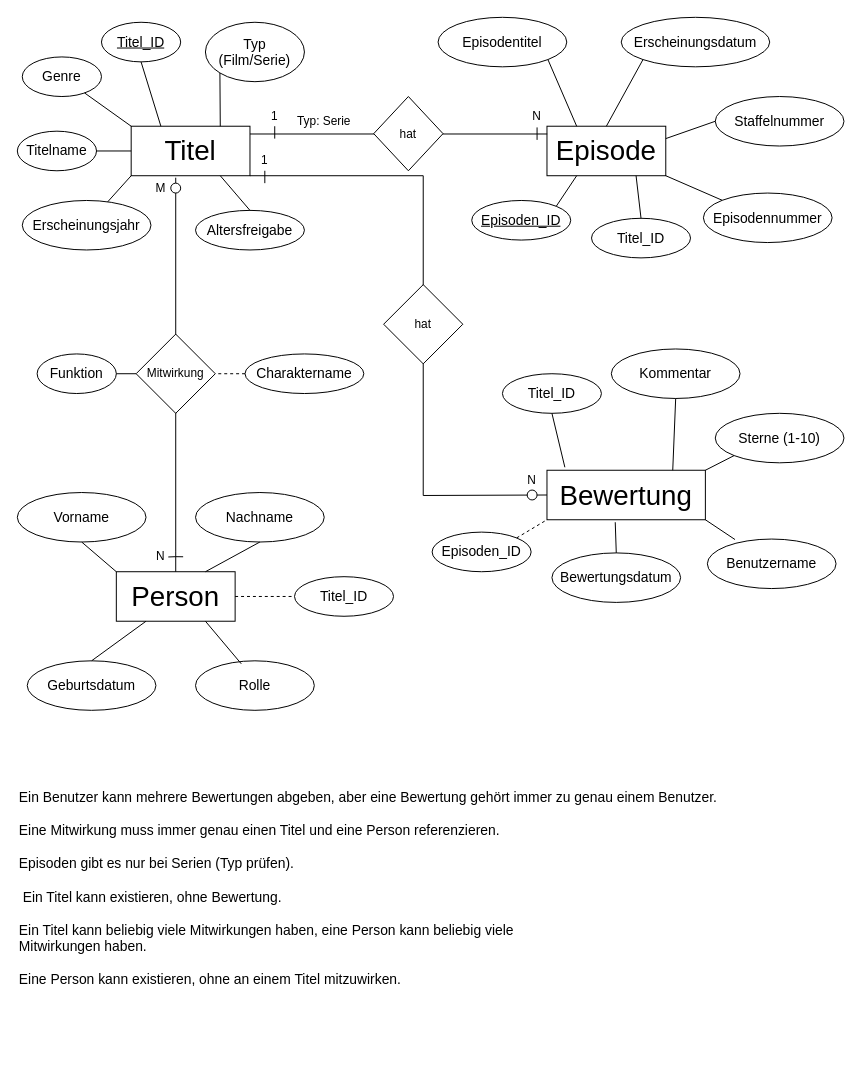
Earlier version of the draw.io diagram page "Page-1" (1 of 2) of 3_Semester/Datenbanken/uebungen/5_Uebung/DatenbankenUebung5.drawio (mandyngn/Uni). Source tidied: cells renumbered, new cells numbered last; positions are measured from the earlier drawing's top-left corner, leaving out a move shared by most shapes. Both pictures are drawn from the tidied source at 99%, with x=0, y=0 at pixel (17, 17).
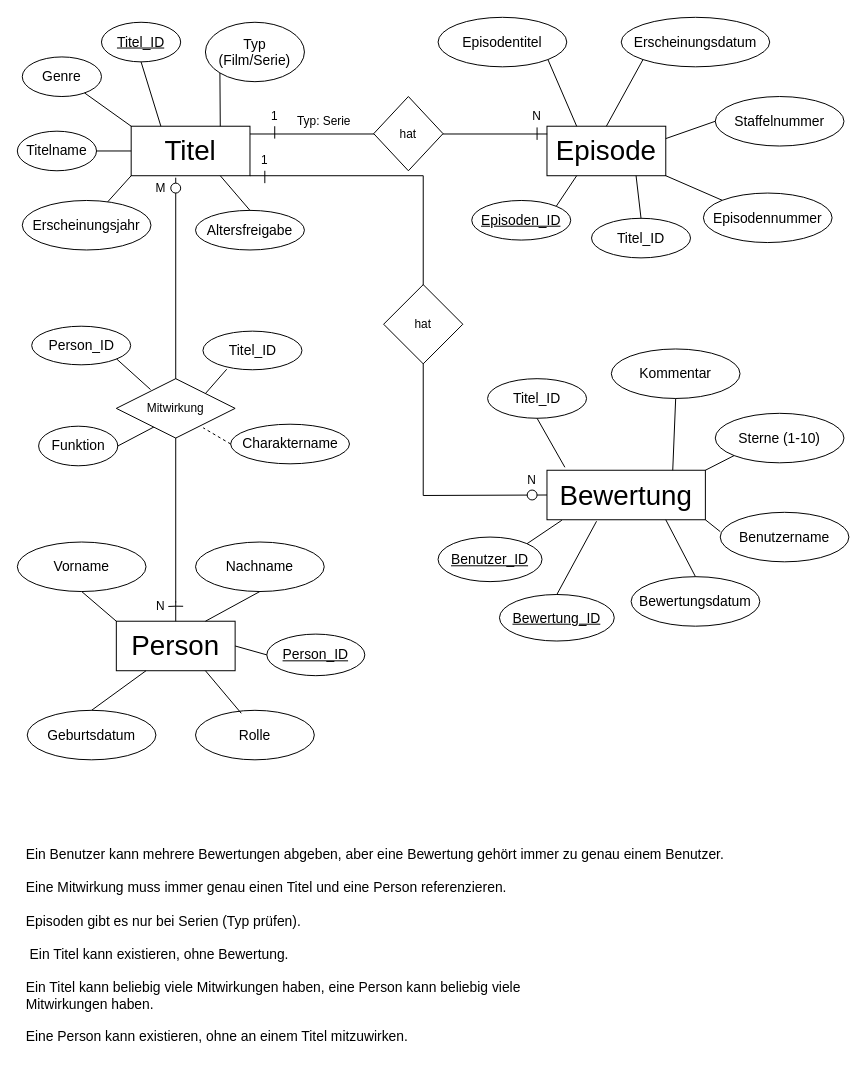
The same diagram, later.

The change refers to these unchanged cells:
```xml
<mxCell id="5" value="&lt;font style=&quot;font-size: 28px;&quot;&gt;Bewertung&lt;/font&gt;" style="rounded=0;whiteSpace=wrap;html=1;" parent="1" vertex="1">
  <mxGeometry x="535" y="457.5" width="160" height="50" as="geometry" />
</mxCell>
<mxCell id="53" style="ellipse;whiteSpace=wrap;html=1;" parent="1" vertex="1">
  <mxGeometry x="155" y="167.5" width="10" height="10" as="geometry" />
</mxCell>
```

Change to the diagram source:
```diff
@@
     <mxCell id="4" value="&lt;font style=&quot;font-size: 28px;&quot;&gt;Person&lt;/font&gt;" style="rounded=0;whiteSpace=wrap;html=1;" parent="1" vertex="1">
-      <mxGeometry x="100" y="560" width="120" height="50" as="geometry" />
+      <mxGeometry x="100" y="610" width="120" height="50" as="geometry" />
     </mxCell>
@@
     <mxCell id="24" value="&lt;font style=&quot;font-size: 14px;&quot;&gt;Vorname&lt;/font&gt;" style="ellipse;whiteSpace=wrap;html=1;" parent="1" vertex="1">
-      <mxGeometry y="480" width="130" height="50" as="geometry" />
+      <mxGeometry y="530" width="130" height="50" as="geometry" />
     </mxCell>
     <mxCell id="25" value="&lt;font style=&quot;font-size: 14px;&quot;&gt;Nachname&lt;/font&gt;" style="ellipse;whiteSpace=wrap;html=1;" parent="1" vertex="1">
-      <mxGeometry x="180" y="480" width="130" height="50" as="geometry" />
+      <mxGeometry x="180" y="530" width="130" height="50" as="geometry" />
     </mxCell>
     <mxCell id="26" value="&lt;font style=&quot;font-size: 14px;&quot;&gt;Geburtsdatum&lt;/font&gt;" style="ellipse;whiteSpace=wrap;html=1;" parent="1" vertex="1">
-      <mxGeometry x="10" y="650" width="130" height="50" as="geometry" />
+      <mxGeometry x="10" y="700" width="130" height="50" as="geometry" />
     </mxCell>
     <mxCell id="27" value="&lt;font style=&quot;font-size: 14px;&quot;&gt;Rolle&lt;/font&gt;" style="ellipse;whiteSpace=wrap;html=1;" parent="1" vertex="1">
-      <mxGeometry x="180" y="650" width="120" height="50" as="geometry" />
+      <mxGeometry x="180" y="700" width="120" height="50" as="geometry" />
     </mxCell>
     <mxCell id="28" value="&lt;font style=&quot;font-size: 14px;&quot;&gt;Benutzername&lt;/font&gt;" style="ellipse;whiteSpace=wrap;html=1;" parent="1" vertex="1">
-      <mxGeometry x="697" y="527" width="130" height="50" as="geometry" />
+      <mxGeometry x="710" y="500" width="130" height="50" as="geometry" />
     </mxCell>
     <mxCell id="29" value="&lt;font style=&quot;font-size: 14px;&quot;&gt;Bewertungsdatum&lt;/font&gt;" style="ellipse;whiteSpace=wrap;html=1;" parent="1" vertex="1">
-      <mxGeometry x="540" y="541" width="130" height="50" as="geometry" />
+      <mxGeometry x="620" y="565" width="130" height="50" as="geometry" />
     </mxCell>
@@
-    <mxCell id="32" style="endArrow=none;html=1;rounded=0;exitX=0.431;exitY=1.05;exitDx=0;exitDy=0;exitPerimeter=0;entryX=0.5;entryY=0;entryDx=0;entryDy=0;" parent="1" edge="1" source="5" target="29">
+    <mxCell id="32" style="endArrow=none;html=1;rounded=0;exitX=0.75;exitY=1;exitDx=0;exitDy=0;entryX=0.5;entryY=0;entryDx=0;entryDy=0;" parent="1" edge="1" source="5" target="29">
       <mxGeometry relative="1" as="geometry" />
     </mxCell>
@@
-    <mxCell id="34" style="endArrow=none;html=1;rounded=0;entryX=1;entryY=1;entryDx=0;entryDy=0;exitX=0.215;exitY=0.01;exitDx=0;exitDy=0;exitPerimeter=0;" parent="1" edge="1" source="28" target="5">
+    <mxCell id="34" style="endArrow=none;html=1;rounded=0;entryX=1;entryY=1;entryDx=0;entryDy=0;exitX=0;exitY=0.39;exitDx=0;exitDy=0;exitPerimeter=0;" parent="1" edge="1" source="28" target="5">
       <mxGeometry relative="1" as="geometry" />
     </mxCell>
@@
     <mxCell id="47" style="endArrow=none;html=1;rounded=0;exitX=0.5;exitY=0;exitDx=0;exitDy=0;" parent="1" edge="1" source="4">
       <mxGeometry relative="1" as="geometry">
-        <mxPoint x="160" y="540" as="targetPoint" />
+        <mxPoint x="160" y="590" as="targetPoint" />
       </mxGeometry>
     </mxCell>
     <mxCell id="48" style="endArrow=none;html=1;rounded=0;" parent="1" edge="1">
       <mxGeometry relative="1" as="geometry">
-        <mxPoint x="167.5" y="544.9" as="sourcePoint" />
-        <mxPoint x="152.5" y="545.1" as="targetPoint" />
+        <mxPoint x="167.5" y="594.9" as="sourcePoint" />
+        <mxPoint x="152.5" y="595.1" as="targetPoint" />
         <Array as="points">
-          <mxPoint x="160" y="544.8" />
+          <mxPoint x="160" y="594.8" />
         </Array>
       </mxGeometry>
     </mxCell>
     <mxCell id="49" value="N" style="text;html=1;whiteSpace=wrap;strokeColor=none;fillColor=none;align=center;verticalAlign=middle;rounded=0;" parent="1" vertex="1">
-      <mxGeometry x="135" y="535" width="20" height="20" as="geometry" />
+      <mxGeometry x="135" y="585" width="20" height="20" as="geometry" />
     </mxCell>
@@
     <mxCell id="52" style="endArrow=none;html=1;rounded=0;" parent="1" edge="1" target="53">
       <mxGeometry relative="1" as="geometry">
-        <mxPoint x="160" y="540" as="sourcePoint" />
+        <mxPoint x="160" y="591" as="sourcePoint" />
       </mxGeometry>
     </mxCell>
@@
-    <mxCell id="54" value="Mitwirkung" style="rhombus;whiteSpace=wrap;html=1;" parent="1" vertex="1">
-      <mxGeometry x="120" y="320" width="80" height="80" as="geometry" />
-    </mxCell>
@@
     <mxCell id="61" value="&lt;font style=&quot;font-size: 14px;&quot;&gt;Funktion&lt;/font&gt;" style="ellipse;whiteSpace=wrap;html=1;" parent="1" vertex="1">
-      <mxGeometry x="20" y="340" width="80" height="40" as="geometry" />
+      <mxGeometry x="21.5" y="413" width="80" height="40" as="geometry" />
     </mxCell>
-    <mxCell id="62" style="endArrow=none;html=1;rounded=0;entryX=1;entryY=0.5;entryDx=0;entryDy=0;exitX=0;exitY=0.5;exitDx=0;exitDy=0;" parent="1" edge="1" source="54" target="61">
-      <mxGeometry relative="1" as="geometry" />
+    <mxCell id="62" style="endArrow=none;html=1;rounded=0;entryX=1;entryY=0.5;entryDx=0;entryDy=0;exitX=0;exitY=1;exitDx=0;exitDy=0;" parent="1" edge="1" target="61">
+      <mxGeometry relative="1" as="geometry">
+        <mxPoint x="139.5" y="413" as="sourcePoint" />
+      </mxGeometry>
     </mxCell>
     <mxCell id="63" value="&lt;font style=&quot;font-size: 14px;&quot;&gt;Charaktername&lt;/font&gt;" style="ellipse;whiteSpace=wrap;html=1;" parent="1" vertex="1">
-      <mxGeometry x="230" y="340" width="120" height="40" as="geometry" />
+      <mxGeometry x="215.5" y="411" width="120" height="40" as="geometry" />
     </mxCell>
-    <mxCell id="64" style="endArrow=none;dashed=1;html=1;rounded=0;entryX=1;entryY=0.5;entryDx=0;entryDy=0;exitX=0;exitY=0.5;exitDx=0;exitDy=0;" parent="1" edge="1" source="63" target="54">
+    <mxCell id="64" style="endArrow=none;dashed=1;html=1;rounded=0;entryX=0.731;entryY=0.827;entryDx=0;entryDy=0;exitX=0;exitY=0.5;exitDx=0;exitDy=0;entryPerimeter=0;" parent="1" edge="1" source="63" target="54">
       <mxGeometry relative="1" as="geometry" />
     </mxCell>
@@
     <mxCell id="67" value="&lt;div style=&quot;&quot;&gt;&lt;font style=&quot;font-size: 14px;&quot;&gt;&lt;span style=&quot;background-color: transparent; color: light-dark(rgb(0, 0, 0), rgb(255, 255, 255));&quot;&gt;Ein Benutzer kann mehrere Bewertungen abgeben, aber eine Bewertung gehört immer&amp;nbsp;&lt;/span&gt;&lt;span style=&quot;background-color: transparent; color: light-dark(rgb(0, 0, 0), rgb(255, 255, 255));&quot;&gt;zu genau einem Benutzer.&lt;/span&gt;&lt;/font&gt;&lt;/div&gt;&lt;div style=&quot;&quot;&gt;&lt;font style=&quot;font-size: 14px;&quot;&gt;&lt;br&gt;&lt;/font&gt;&lt;/div&gt;&lt;div style=&quot;&quot;&gt;&lt;font style=&quot;font-size: 14px;&quot;&gt;Eine Mitwirkung muss immer genau einen Titel und eine Person referenzieren.&lt;span style=&quot;background-color: transparent; color: light-dark(rgb(0, 0, 0), rgb(255, 255, 255));&quot;&gt;&lt;/span&gt;&lt;/font&gt;&lt;/div&gt;&lt;div style=&quot;&quot;&gt;&lt;font style=&quot;font-size: 14px;&quot;&gt;&lt;br&gt;&lt;/font&gt;&lt;/div&gt;&lt;div style=&quot;&quot;&gt;&lt;font style=&quot;font-size: 14px;&quot;&gt;Episoden gibt es nur bei Serien (Typ prüfen).&lt;/font&gt;&lt;/div&gt;&lt;div style=&quot;&quot;&gt;&lt;font style=&quot;font-size: 14px;&quot;&gt;&amp;nbsp;&lt;/font&gt;&lt;/div&gt;&lt;div style=&quot;&quot;&gt;&lt;font style=&quot;font-size: 14px;&quot;&gt;&amp;nbsp;Ein Titel kann existieren, ohne Bewertung.&lt;/font&gt;&lt;/div&gt;&lt;div style=&quot;&quot;&gt;&lt;font style=&quot;font-size: 14px;&quot;&gt;&lt;br&gt;&lt;/font&gt;&lt;/div&gt;&lt;div style=&quot;&quot;&gt;&lt;font style=&quot;font-size: 14px;&quot;&gt;Ein Titel kann beliebig viele Mitwirkungen haben, eine Person kann beliebig viele&lt;br/&gt;Mitwirkungen haben.&lt;/font&gt;&lt;/div&gt;&lt;div style=&quot;&quot;&gt;&lt;font style=&quot;font-size: 14px;&quot;&gt;&lt;br&gt;&lt;/font&gt;&lt;/div&gt;&lt;div style=&quot;&quot;&gt;&lt;font style=&quot;font-size: 14px;&quot;&gt;Eine Person kann existieren, ohne an einem Titel mitzuwirken.&lt;/font&gt;&lt;/div&gt;" style="text;html=1;whiteSpace=wrap;strokeColor=none;fillColor=none;align=left;verticalAlign=middle;rounded=0;" parent="1" vertex="1">
-      <mxGeometry y="770" width="800" height="220" as="geometry" />
+      <mxGeometry x="7" y="828" width="800" height="220" as="geometry" />
     </mxCell>
     <mxCell id="68" value="&lt;font style=&quot;font-size: 14px;&quot;&gt;Titel_ID&lt;/font&gt;" style="ellipse;whiteSpace=wrap;html=1;" parent="1" vertex="1">
-      <mxGeometry x="490" y="360" width="100" height="40" as="geometry" />
+      <mxGeometry x="475" y="365" width="100" height="40" as="geometry" />
     </mxCell>
@@
-    <mxCell id="72" value="&lt;font style=&quot;font-size: 14px;&quot;&gt;Titel_ID&lt;/font&gt;" style="ellipse;whiteSpace=wrap;html=1;" parent="1" vertex="1">
-      <mxGeometry x="280" y="565" width="100" height="40" as="geometry" />
-    </mxCell>
-    <mxCell id="73" style="endArrow=none;dashed=1;html=1;rounded=0;exitX=1;exitY=0.5;exitDx=0;exitDy=0;entryX=0;entryY=0.5;entryDx=0;entryDy=0;" parent="1" edge="1" source="4" target="72">
-      <mxGeometry relative="1" as="geometry" />
-    </mxCell>
@@
-    <mxCell id="76" value="&lt;font style=&quot;font-size: 14px;&quot;&gt;Episoden_ID&lt;/font&gt;" style="ellipse;whiteSpace=wrap;html=1;" parent="1" vertex="1">
-      <mxGeometry x="419" y="520" width="100" height="40" as="geometry" />
-    </mxCell>
-    <mxCell id="77" style="endArrow=none;dashed=1;html=1;rounded=0;entryX=0;entryY=1;entryDx=0;entryDy=0;exitX=1;exitY=0;exitDx=0;exitDy=0;" parent="1" edge="1" source="76" target="5">
-      <mxGeometry relative="1" as="geometry" />
-    </mxCell>
+    <mxCell id="78" value="&lt;font style=&quot;font-size: 14px;&quot;&gt;&lt;u&gt;Person_ID&lt;/u&gt;&lt;/font&gt;" style="ellipse;whiteSpace=wrap;html=1;" parent="1" vertex="1">
+      <mxGeometry x="252" y="623" width="99" height="42" as="geometry" />
+    </mxCell>
+    <mxCell id="79" style="endArrow=none;html=1;rounded=0;entryX=1;entryY=0.5;entryDx=0;entryDy=0;exitX=0;exitY=0.5;exitDx=0;exitDy=0;" parent="1" edge="1" source="78" target="4">
+      <mxGeometry relative="1" as="geometry" />
+    </mxCell>
+    <mxCell id="80" value="&lt;font style=&quot;font-size: 14px;&quot;&gt;Person_ID&lt;/font&gt;" style="ellipse;whiteSpace=wrap;html=1;" parent="1" vertex="1">
+      <mxGeometry x="14.5" y="312" width="100" height="39" as="geometry" />
+    </mxCell>
+    <mxCell id="81" style="endArrow=none;html=1;rounded=0;entryX=1;entryY=1;entryDx=0;entryDy=0;exitX=0.288;exitY=0.183;exitDx=0;exitDy=0;exitPerimeter=0;" parent="1" edge="1" source="54" target="80">
+      <mxGeometry relative="1" as="geometry" />
+    </mxCell>
+    <mxCell id="72" value="&lt;font style=&quot;font-size: 14px;&quot;&gt;Titel_ID&lt;/font&gt;" style="ellipse;whiteSpace=wrap;html=1;" parent="1" vertex="1">
+      <mxGeometry x="187.5" y="317" width="100" height="39" as="geometry" />
+    </mxCell>
+    <mxCell id="82" style="endArrow=none;html=1;rounded=0;entryX=0.24;entryY=0.987;entryDx=0;entryDy=0;exitX=1;exitY=0;exitDx=0;exitDy=0;entryPerimeter=0;" parent="1" edge="1" source="54" target="72">
+      <mxGeometry relative="1" as="geometry" />
+    </mxCell>
+    <mxCell id="83" value="&lt;font style=&quot;font-size: 14px;&quot;&gt;&lt;u&gt;Benutzer_ID&lt;/u&gt;&lt;/font&gt;" style="ellipse;whiteSpace=wrap;html=1;" parent="1" vertex="1">
+      <mxGeometry x="425" y="525" width="105" height="45" as="geometry" />
+    </mxCell>
+    <mxCell id="84" style="endArrow=none;html=1;rounded=0;exitX=0.094;exitY=1.01;exitDx=0;exitDy=0;entryX=1;entryY=0;entryDx=0;entryDy=0;exitPerimeter=0;" parent="1" edge="1" source="5" target="83">
+      <mxGeometry relative="1" as="geometry" />
+    </mxCell>
+    <mxCell id="85" value="&lt;font style=&quot;font-size: 14px;&quot;&gt;&lt;u&gt;Bewertung_ID&lt;/u&gt;&lt;/font&gt;" style="ellipse;whiteSpace=wrap;html=1;" parent="1" vertex="1">
+      <mxGeometry x="487" y="583" width="116" height="47" as="geometry" />
+    </mxCell>
+    <mxCell id="86" style="endArrow=none;html=1;rounded=0;exitX=0.313;exitY=1.03;exitDx=0;exitDy=0;entryX=0.5;entryY=0;entryDx=0;entryDy=0;exitPerimeter=0;" parent="1" edge="1" source="5" target="85">
+      <mxGeometry relative="1" as="geometry" />
+    </mxCell>
+    <mxCell id="54" value="Mitwirkung" style="shape=rhombus;perimeter=rhombusPerimeter;whiteSpace=wrap;html=1;align=center;" parent="1" vertex="1">
+      <mxGeometry x="100" y="365" width="120" height="60" as="geometry" />
+    </mxCell>
```
